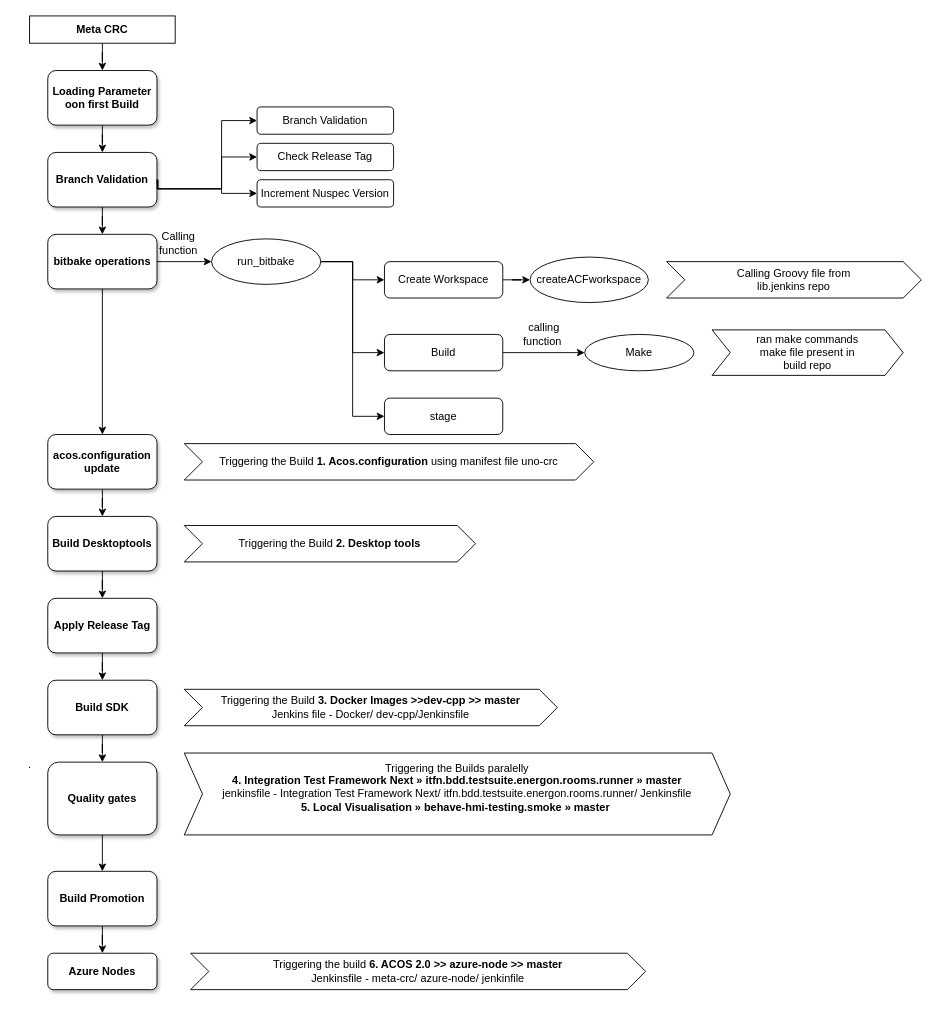
Above: Notes/Untitled Diagram.drawio in sreelakshmilingamgunta/AZ-104 (draw.io), before the change. Source tidied: cells renumbered, new cells numbered last; positions are measured from the earlier drawing's top-left corner, leaving out a move shared by most shapes. Both pictures are drawn from the tidied source at 91%, with x=0, y=0 at pixel (15, 15).
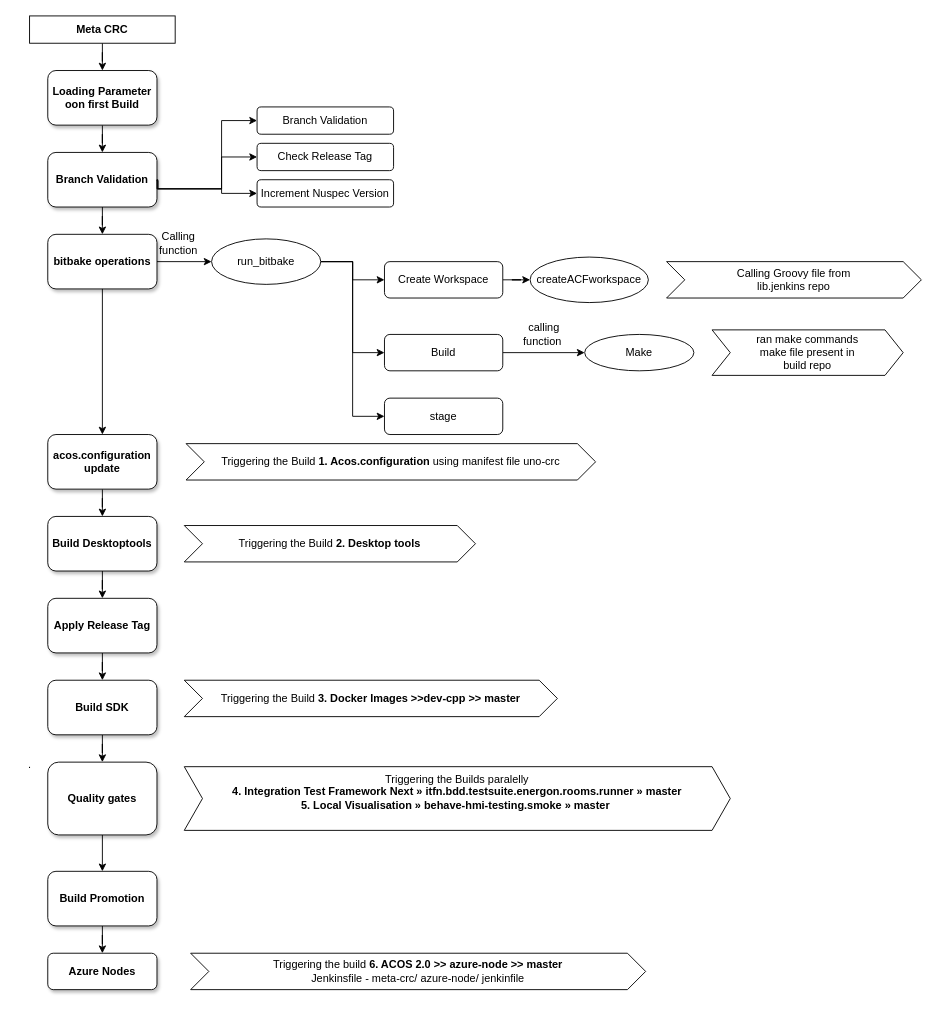
The same diagram, later.

Diff of the diagram source:
```diff
@@
     <mxCell id="25" value="Triggering the Build &lt;b&gt;1. Acos.configuration&lt;/b&gt; using manifest file uno-crc&lt;div style=&quot;display:none&quot; id=&quot;SDCloudData&quot;&gt;&lt;/div&gt;" style="shape=step;perimeter=stepPerimeter;whiteSpace=wrap;html=1;fixedSize=1;" parent="1" vertex="1">
-      <mxGeometry x="185" y="470" width="450" height="40" as="geometry" />
+      <mxGeometry x="187" y="470" width="450" height="40" as="geometry" />
     </mxCell>
@@
-    <mxCell id="33" value="Triggering the Build &lt;b&gt;3. Docker Images &amp;gt;&amp;gt;dev-cpp &amp;gt;&amp;gt; master&lt;/b&gt;&lt;br&gt;Jenkins file  - Docker/ dev-cpp/Jenkinsfile&lt;div style=&quot;display:none&quot; id=&quot;SDCloudData&quot;&gt;&lt;/div&gt;" style="shape=step;perimeter=stepPerimeter;whiteSpace=wrap;html=1;fixedSize=1;" parent="1" vertex="1">
-      <mxGeometry x="185" y="740" width="410" height="40" as="geometry" />
+    <mxCell id="33" value="Triggering the Build &lt;b&gt;3. Docker Images &amp;gt;&amp;gt;dev-cpp &amp;gt;&amp;gt; master&lt;/b&gt;&lt;br&gt;&lt;div style=&quot;display:none&quot; id=&quot;SDCloudData&quot;&gt;&lt;/div&gt;" style="shape=step;perimeter=stepPerimeter;whiteSpace=wrap;html=1;fixedSize=1;" parent="1" vertex="1">
+      <mxGeometry x="185" y="730" width="410" height="40" as="geometry" />
     </mxCell>
@@
-    <mxCell id="36" value="Triggering the Builds paralelly&lt;br&gt;&lt;b&gt;4. Integration Test Framework Next » itfn.bdd.testsuite.energon.rooms.runner » master&lt;/b&gt;&lt;br&gt;jenkinsfile - Integration Test Framework Next/ itfn.bdd.testsuite.energon.rooms.runner/ Jenkinsfile&lt;br&gt;&lt;b&gt;5. Local Visualisation » behave-hmi-testing.smoke » master&amp;nbsp;&lt;br&gt;&lt;/b&gt;&lt;br&gt;&lt;div style=&quot;display:none&quot; id=&quot;SDCloudData&quot;&gt;&lt;/div&gt;" style="shape=step;perimeter=stepPerimeter;whiteSpace=wrap;html=1;fixedSize=1;" parent="1" vertex="1">
-      <mxGeometry x="185" y="810" width="600" height="90" as="geometry" />
+    <mxCell id="36" value="Triggering the Builds paralelly&lt;br&gt;&lt;b&gt;4. Integration Test Framework Next » itfn.bdd.testsuite.energon.rooms.runner » master&lt;/b&gt;&lt;br&gt;&lt;b&gt;5. Local Visualisation » behave-hmi-testing.smoke » master&amp;nbsp;&lt;br&gt;&lt;/b&gt;&lt;br&gt;&lt;div style=&quot;display:none&quot; id=&quot;SDCloudData&quot;&gt;&lt;/div&gt;" style="shape=step;perimeter=stepPerimeter;whiteSpace=wrap;html=1;fixedSize=1;" parent="1" vertex="1">
+      <mxGeometry x="185" y="825" width="600" height="70" as="geometry" />
     </mxCell>
```
